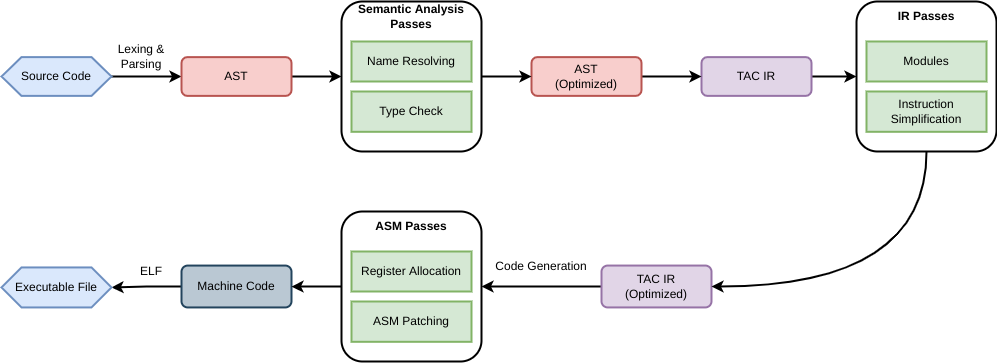
This is static/post-images/wisnialang-architecture.png from belijzajac/belijzajac.github.io, a draw.io export, as it was before one commit. Source tidied: cells renumbered, new cells last; positions are measured from the earlier drawing's top-left corner, leaving out a move shared by most shapes. The source it was exported from:
```xml
<mxGraphModel>
  <root>
    <mxCell id="0" />
    <mxCell id="1" parent="0" />
    <mxCell id="2" style="edgeStyle=orthogonalEdgeStyle;rounded=0;jettySize=auto;html=1;entryX=0;entryY=0.5;entryDx=0;entryDy=0;strokeWidth=2;" parent="1" edge="1" source="3" target="5">
      <mxGeometry relative="1" as="geometry" />
    </mxCell>
    <mxCell id="3" value="Source Code" style="shape=hexagon;perimeter=hexagonPerimeter2;whiteSpace=wrap;html=1;fixedSize=1;fillColor=#dae8fc;strokeColor=#6c8ebf;strokeWidth=2;" parent="1" vertex="1">
      <mxGeometry y="55.6" width="110" height="38.8" as="geometry" />
    </mxCell>
    <mxCell id="4" style="edgeStyle=orthogonalEdgeStyle;rounded=0;jettySize=auto;html=1;strokeWidth=2;" parent="1" edge="1" source="5" target="29">
      <mxGeometry relative="1" as="geometry" />
    </mxCell>
    <mxCell id="5" value="AST" style="rounded=1;whiteSpace=wrap;html=1;strokeWidth=2;fillColor=#f8cecc;strokeColor=#b85450;" parent="1" vertex="1">
      <mxGeometry x="180" y="55.6" width="110" height="38.8" as="geometry" />
    </mxCell>
    <mxCell id="6" value="Lexing &amp;amp;&lt;br&gt;Parsing" style="text;html=1;strokeColor=none;fillColor=none;align=center;verticalAlign=middle;whiteSpace=wrap;rounded=0;" parent="1" vertex="1">
      <mxGeometry x="90" y="40" width="100" height="30" as="geometry" />
    </mxCell>
    <mxCell id="7" style="edgeStyle=orthogonalEdgeStyle;rounded=0;jettySize=auto;html=1;entryX=0;entryY=0.5;entryDx=0;entryDy=0;strokeWidth=2;" parent="1" edge="1" source="8" target="19">
      <mxGeometry relative="1" as="geometry" />
    </mxCell>
    <mxCell id="8" value="TAC IR" style="rounded=1;whiteSpace=wrap;html=1;strokeWidth=2;fillColor=#e1d5e7;strokeColor=#9673a6;" parent="1" vertex="1">
      <mxGeometry x="700" y="55.6" width="110" height="38.8" as="geometry" />
    </mxCell>
    <mxCell id="9" style="edgeStyle=orthogonalEdgeStyle;rounded=0;jettySize=auto;html=1;entryX=1;entryY=0.5;entryDx=0;entryDy=0;strokeWidth=2;" parent="1" edge="1" source="10" target="24">
      <mxGeometry relative="1" as="geometry" />
    </mxCell>
    <mxCell id="10" value="TAC IR&lt;br&gt;(Optimized)" style="rounded=1;whiteSpace=wrap;html=1;strokeWidth=2;fillColor=#e1d5e7;strokeColor=#9673a6;" parent="1" vertex="1">
      <mxGeometry x="600" y="264.1" width="110" height="41.9" as="geometry" />
    </mxCell>
    <mxCell id="11" value="Code Generation" style="text;html=1;strokeColor=none;fillColor=none;align=center;verticalAlign=middle;whiteSpace=wrap;rounded=0;" parent="1" vertex="1">
      <mxGeometry x="480" y="250" width="120" height="30" as="geometry" />
    </mxCell>
    <mxCell id="12" style="edgeStyle=orthogonalEdgeStyle;rounded=0;jettySize=auto;html=1;entryX=0;entryY=0.5;entryDx=0;entryDy=0;strokeWidth=2;" parent="1" edge="1" source="13" target="8">
      <mxGeometry relative="1" as="geometry" />
    </mxCell>
    <mxCell id="13" value="AST&lt;br&gt;(Optimized)" style="rounded=1;whiteSpace=wrap;html=1;strokeWidth=2;fillColor=#f8cecc;strokeColor=#b85450;" parent="1" vertex="1">
      <mxGeometry x="530" y="55.6" width="110" height="38.8" as="geometry" />
    </mxCell>
    <mxCell id="14" style="edgeStyle=orthogonalEdgeStyle;rounded=0;jettySize=auto;html=1;entryX=1;entryY=0.5;entryDx=0;entryDy=0;strokeWidth=2;" parent="1" edge="1" source="15" target="17">
      <mxGeometry relative="1" as="geometry" />
    </mxCell>
    <mxCell id="15" value="Machine Code" style="rounded=1;whiteSpace=wrap;html=1;strokeWidth=2;fillColor=#bac8d3;strokeColor=#23445d;" parent="1" vertex="1">
      <mxGeometry x="180" y="264.1" width="110" height="41.9" as="geometry" />
    </mxCell>
    <mxCell id="16" value="ELF" style="text;html=1;strokeColor=none;fillColor=none;align=center;verticalAlign=middle;whiteSpace=wrap;rounded=0;" parent="1" vertex="1">
      <mxGeometry x="120" y="255" width="60" height="30" as="geometry" />
    </mxCell>
    <mxCell id="17" value="Executable File" style="shape=hexagon;perimeter=hexagonPerimeter2;whiteSpace=wrap;html=1;fixedSize=1;fillColor=#dae8fc;strokeColor=#6c8ebf;strokeWidth=2;" parent="1" vertex="1">
      <mxGeometry y="265.9" width="110" height="40" as="geometry" />
    </mxCell>
    <mxCell id="18" style="edgeStyle=orthogonalEdgeStyle;rounded=0;jettySize=auto;html=1;exitX=0.5;exitY=1;exitDx=0;exitDy=0;entryX=1;entryY=0.5;entryDx=0;entryDy=0;strokeWidth=2;curved=1;" parent="1" edge="1" source="19" target="10">
      <mxGeometry relative="1" as="geometry" />
    </mxCell>
    <mxCell id="19" style="rounded=1;whiteSpace=wrap;html=1;strokeWidth=2;" parent="1" vertex="1">
      <mxGeometry x="855" width="140" height="150" as="geometry" />
    </mxCell>
    <mxCell id="20" value="IR Passes" style="text;html=1;strokeColor=none;fillColor=none;align=center;verticalAlign=middle;whiteSpace=wrap;rounded=0;fontStyle=1;" parent="1" vertex="1">
      <mxGeometry x="855" width="140" height="30" as="geometry" />
    </mxCell>
    <mxCell id="21" value="Modules" style="rounded=0;whiteSpace=wrap;html=1;strokeWidth=2;fillColor=#d5e8d4;strokeColor=#82b366;" parent="1" vertex="1">
      <mxGeometry x="865" y="40" width="120" height="40" as="geometry" />
    </mxCell>
    <mxCell id="22" value="Instruction Simplification" style="rounded=0;whiteSpace=wrap;html=1;strokeWidth=2;fillColor=#d5e8d4;strokeColor=#82b366;" parent="1" vertex="1">
      <mxGeometry x="865" y="90" width="120" height="40.3" as="geometry" />
    </mxCell>
    <mxCell id="23" style="edgeStyle=orthogonalEdgeStyle;rounded=0;jettySize=auto;html=1;strokeWidth=2;" parent="1" edge="1" source="24" target="15">
      <mxGeometry relative="1" as="geometry" />
    </mxCell>
    <mxCell id="24" style="rounded=1;whiteSpace=wrap;html=1;strokeWidth=2;" parent="1" vertex="1">
      <mxGeometry x="340" y="210" width="140" height="150" as="geometry" />
    </mxCell>
    <mxCell id="25" value="ASM Passes" style="text;html=1;strokeColor=none;fillColor=none;align=center;verticalAlign=middle;whiteSpace=wrap;rounded=0;fontStyle=1;" parent="1" vertex="1">
      <mxGeometry x="340" y="210" width="140" height="30" as="geometry" />
    </mxCell>
    <mxCell id="26" value="Register Allocation" style="rounded=0;whiteSpace=wrap;html=1;strokeWidth=2;fillColor=#d5e8d4;strokeColor=#82b366;" parent="1" vertex="1">
      <mxGeometry x="350" y="250" width="120" height="40" as="geometry" />
    </mxCell>
    <mxCell id="27" value="ASM Patching" style="rounded=0;whiteSpace=wrap;html=1;strokeWidth=2;fillColor=#d5e8d4;strokeColor=#82b366;" parent="1" vertex="1">
      <mxGeometry x="350" y="300" width="120" height="40.3" as="geometry" />
    </mxCell>
    <mxCell id="28" style="edgeStyle=orthogonalEdgeStyle;rounded=0;jettySize=auto;html=1;entryX=0;entryY=0.5;entryDx=0;entryDy=0;strokeWidth=2;" parent="1" edge="1" source="29" target="13">
      <mxGeometry relative="1" as="geometry" />
    </mxCell>
    <mxCell id="29" style="rounded=1;whiteSpace=wrap;html=1;strokeWidth=2;" parent="1" vertex="1">
      <mxGeometry x="340" width="140" height="150" as="geometry" />
    </mxCell>
    <mxCell id="30" value="Semantic Analysis Passes" style="text;html=1;strokeColor=none;fillColor=none;align=center;verticalAlign=middle;whiteSpace=wrap;rounded=0;fontStyle=1;" parent="1" vertex="1">
      <mxGeometry x="340" width="140" height="30" as="geometry" />
    </mxCell>
    <mxCell id="31" value="Name Resolving" style="rounded=0;whiteSpace=wrap;html=1;strokeWidth=2;fillColor=#d5e8d4;strokeColor=#82b366;" parent="1" vertex="1">
      <mxGeometry x="350" y="40" width="120" height="40" as="geometry" />
    </mxCell>
    <mxCell id="32" value="Type Check" style="rounded=0;whiteSpace=wrap;html=1;strokeWidth=2;fillColor=#d5e8d4;strokeColor=#82b366;" parent="1" vertex="1">
      <mxGeometry x="350" y="90" width="120" height="40.3" as="geometry" />
    </mxCell>
  </root>
</mxGraphModel>
```
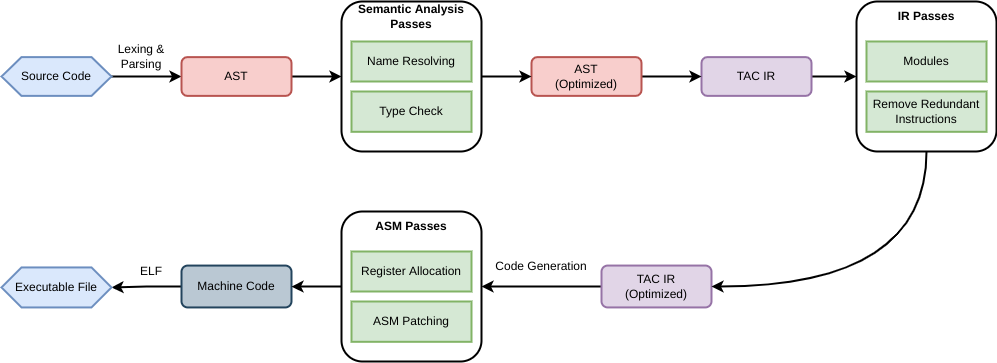
The same diagram one commit later.

Commit message:
UPD: Architecture for WisniaLang.

What changed in the source:
```diff
@@ -62,7 +62,7 @@
     <mxCell id="21" value="Modules" style="rounded=0;whiteSpace=wrap;html=1;strokeWidth=2;fillColor=#d5e8d4;strokeColor=#82b366;" parent="1" vertex="1">
       <mxGeometry x="865" y="40" width="120" height="40" as="geometry" />
     </mxCell>
-    <mxCell id="22" value="Instruction Simplification" style="rounded=0;whiteSpace=wrap;html=1;strokeWidth=2;fillColor=#d5e8d4;strokeColor=#82b366;" parent="1" vertex="1">
+    <mxCell id="22" value="Remove Redundant Instructions" style="rounded=0;whiteSpace=wrap;html=1;strokeWidth=2;fillColor=#d5e8d4;strokeColor=#82b366;" parent="1" vertex="1">
       <mxGeometry x="865" y="90" width="120" height="40.3" as="geometry" />
     </mxCell>
     <mxCell id="23" style="edgeStyle=orthogonalEdgeStyle;rounded=0;jettySize=auto;html=1;strokeWidth=2;" parent="1" edge="1" source="24" target="15">
```
